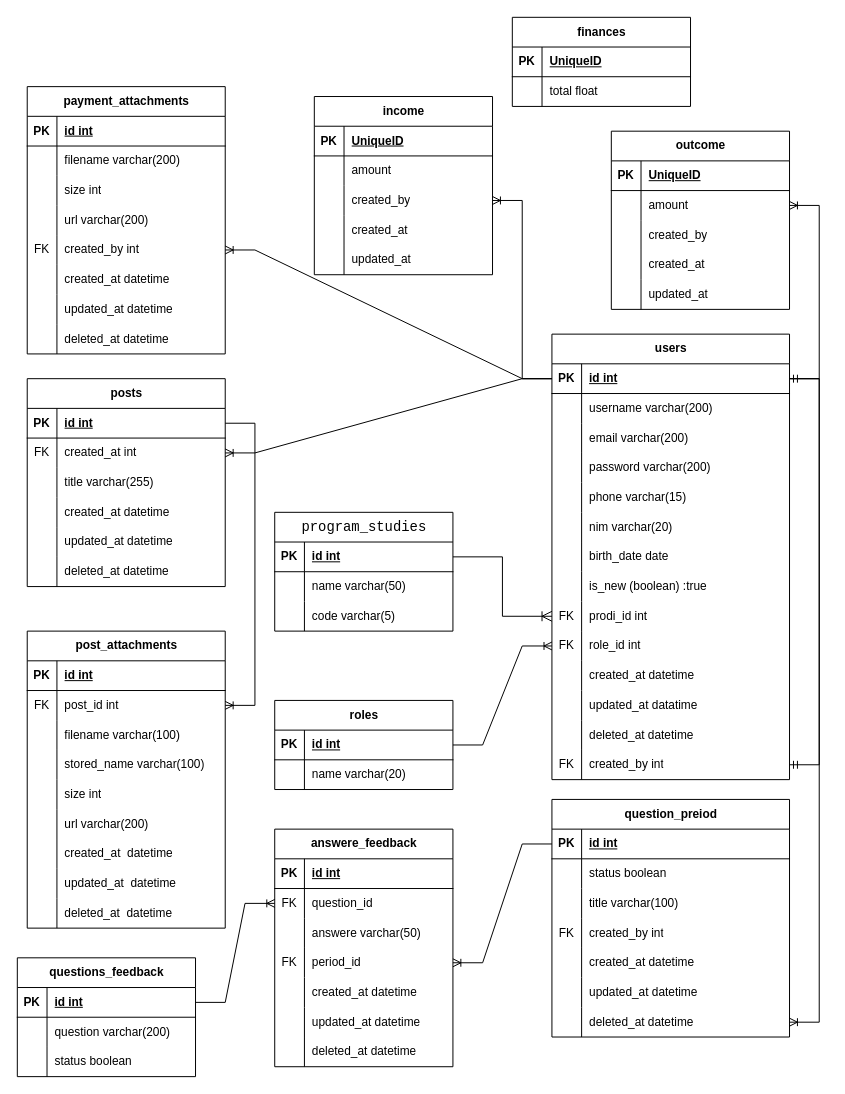
The draw.io diagram requirement/LCC-project-2 (1).drawio in MatsRahmat/LCC-management, before the edit. Source tidied: cells renumbered, new cells numbered last; positions are measured from the earlier drawing's top-left corner, leaving out a move shared by most shapes. Both pictures are drawn from the tidied source at 99%, with x=0, y=0 at pixel (17, 17).
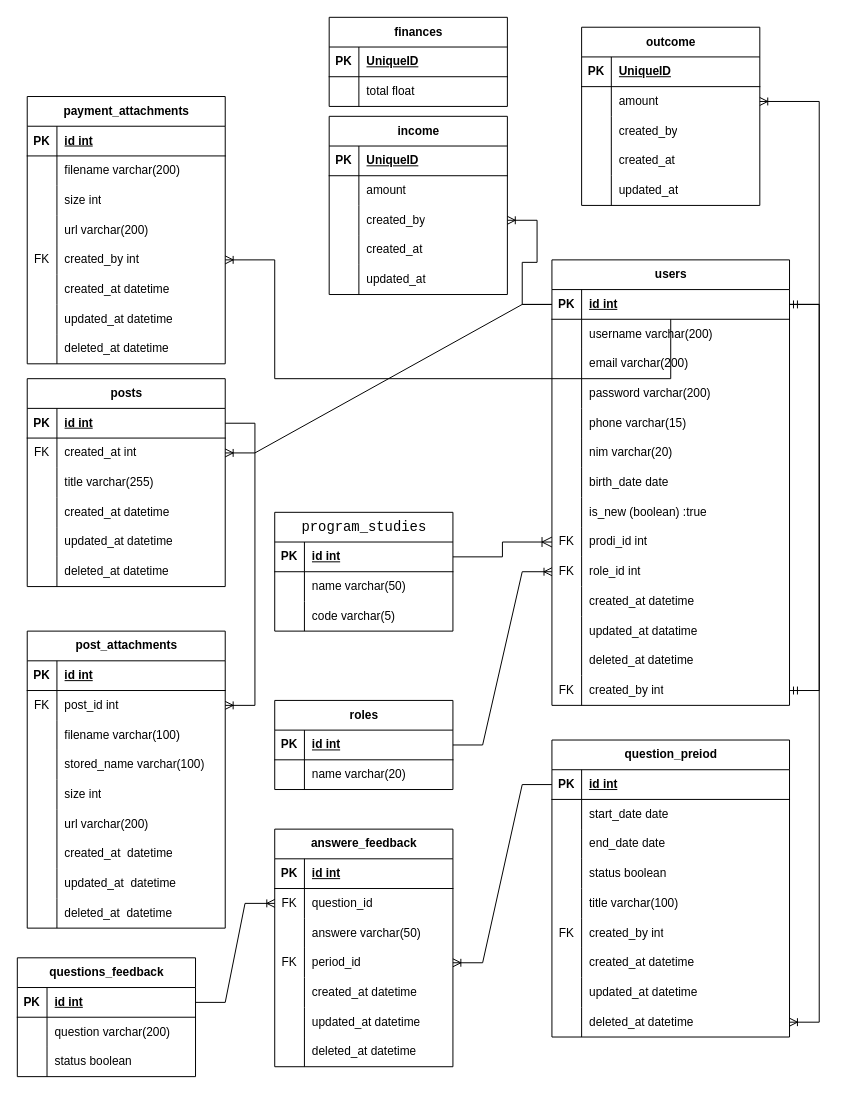
After the change.

Unchanged cells that the change refers to:
```xml
<mxCell id="121" style="shape=tableRow;horizontal=0;startSize=0;swimlaneHead=0;swimlaneBody=0;fillColor=none;points=[[0,0.5],[1,0.5]];portConstraint=eastwest;top=0;left=0;right=0;bottom=0;" parent="108" vertex="1">
  <mxGeometry y="150" width="200" height="30" as="geometry" />
</mxCell>
<mxCell id="167" style="shape=tableRow;horizontal=0;startSize=0;swimlaneHead=0;swimlaneBody=0;fillColor=none;points=[[0,0.5],[1,0.5]];portConstraint=eastwest;top=0;left=0;right=0;bottom=0;" parent="160" vertex="1">
  <mxGeometry y="90" width="180" height="30" as="geometry" />
</mxCell>
<mxCell id="195" style="shape=tableRow;horizontal=0;startSize=0;swimlaneHead=0;swimlaneBody=0;fillColor=none;points=[[0,0.5],[1,0.5]];portConstraint=eastwest;top=0;left=0;right=0;bottom=1;" parent="194" vertex="1">
  <mxGeometry y="30" width="240" height="30" as="geometry" />
</mxCell>
```

Change to the diagram source:
```diff
@@
     <mxCell id="34" value="question_preiod" style="shape=table;startSize=30;childLayout=tableLayout;rowLines=0;fontStyle=1;align=center;html=1;" parent="1" vertex="1">
-      <mxGeometry x="540" y="790" width="240" height="240" as="geometry" />
+      <mxGeometry x="540" y="730" width="240" height="300" as="geometry" />
     </mxCell>
@@
+    <mxCell id="238" style="shape=tableRow;horizontal=0;startSize=0;swimlaneHead=0;swimlaneBody=0;fillColor=none;top=0;left=0;right=0;bottom=0;" parent="34" vertex="1">
+      <mxGeometry y="60" width="240" height="30" as="geometry" />
+    </mxCell>
+    <mxCell id="239" style="shape=partialRectangle;fillColor=none;top=0;left=0;bottom=0;right=0;overflow=hidden;whiteSpace=wrap;html=1;" parent="238" vertex="1">
+      <mxGeometry width="30" height="30" as="geometry" />
+    </mxCell>
+    <mxCell id="240" value="start_date date" style="shape=partialRectangle;fillColor=none;top=0;left=0;bottom=0;right=0;align=left;spacingLeft=6;overflow=hidden;whiteSpace=wrap;html=1;" parent="238" vertex="1">
+      <mxGeometry x="30" width="210" height="30" as="geometry" />
+    </mxCell>
+    <mxCell id="241" style="shape=tableRow;horizontal=0;startSize=0;swimlaneHead=0;swimlaneBody=0;fillColor=none;top=0;left=0;right=0;bottom=0;" parent="34" vertex="1">
+      <mxGeometry y="90" width="240" height="30" as="geometry" />
+    </mxCell>
+    <mxCell id="242" style="shape=partialRectangle;fillColor=none;top=0;left=0;bottom=0;right=0;overflow=hidden;whiteSpace=wrap;html=1;" parent="241" vertex="1">
+      <mxGeometry width="30" height="30" as="geometry" />
+    </mxCell>
+    <mxCell id="243" value="end_date date" style="shape=partialRectangle;fillColor=none;top=0;left=0;bottom=0;right=0;align=left;spacingLeft=6;overflow=hidden;whiteSpace=wrap;html=1;" parent="241" vertex="1">
+      <mxGeometry x="30" width="210" height="30" as="geometry" />
+    </mxCell>
     <mxCell id="38" style="shape=tableRow;horizontal=0;startSize=0;swimlaneHead=0;swimlaneBody=0;fillColor=none;top=0;left=0;right=0;bottom=0;" parent="34" vertex="1">
-      <mxGeometry y="60" width="240" height="30" as="geometry" />
+      <mxGeometry y="120" width="240" height="30" as="geometry" />
     </mxCell>
@@
     <mxCell id="41" style="shape=tableRow;horizontal=0;startSize=0;swimlaneHead=0;swimlaneBody=0;fillColor=none;top=0;left=0;right=0;bottom=0;" parent="34" vertex="1">
-      <mxGeometry y="90" width="240" height="30" as="geometry" />
+      <mxGeometry y="150" width="240" height="30" as="geometry" />
     </mxCell>
@@
     <mxCell id="44" style="shape=tableRow;horizontal=0;startSize=0;swimlaneHead=0;swimlaneBody=0;fillColor=none;top=0;left=0;right=0;bottom=0;" parent="34" vertex="1">
-      <mxGeometry y="120" width="240" height="30" as="geometry" />
+      <mxGeometry y="180" width="240" height="30" as="geometry" />
     </mxCell>
@@
     <mxCell id="47" style="shape=tableRow;horizontal=0;startSize=0;swimlaneHead=0;swimlaneBody=0;fillColor=none;top=0;left=0;right=0;bottom=0;" parent="34" vertex="1">
-      <mxGeometry y="150" width="240" height="30" as="geometry" />
+      <mxGeometry y="210" width="240" height="30" as="geometry" />
     </mxCell>
@@
     <mxCell id="50" style="shape=tableRow;horizontal=0;startSize=0;swimlaneHead=0;swimlaneBody=0;fillColor=none;top=0;left=0;right=0;bottom=0;" parent="34" vertex="1">
-      <mxGeometry y="180" width="240" height="30" as="geometry" />
+      <mxGeometry y="240" width="240" height="30" as="geometry" />
     </mxCell>
@@
     <mxCell id="53" style="shape=tableRow;horizontal=0;startSize=0;swimlaneHead=0;swimlaneBody=0;fillColor=none;points=[[0,0.5],[1,0.5]];portConstraint=eastwest;top=0;left=0;right=0;bottom=0;" parent="34" vertex="1">
-      <mxGeometry y="210" width="240" height="30" as="geometry" />
+      <mxGeometry y="270" width="240" height="30" as="geometry" />
     </mxCell>
@@
     <mxCell id="108" value="payment_attachments" style="shape=table;startSize=30;childLayout=tableLayout;rowLines=0;fontStyle=1;align=center;html=1;" parent="1" vertex="1">
-      <mxGeometry x="10" y="70" width="200" height="270" as="geometry" />
+      <mxGeometry x="10" y="80" width="200" height="270" as="geometry" />
     </mxCell>
@@
-    <mxCell id="133" style="edgeStyle=entityRelationEdgeStyle;fontSize=12;html=1;endArrow=ERoneToMany;rounded=0;" parent="1" edge="1" source="195" target="121">
-      <mxGeometry relative="1" as="geometry" />
+    <mxCell id="133" style="edgeStyle=orthogonalEdgeStyle;fontSize=12;html=1;endArrow=ERoneToMany;rounded=0;" parent="1" edge="1" source="195" target="121">
+      <mxGeometry relative="1" as="geometry">
+        <Array as="points">
+          <mxPoint x="260" y="365" />
+          <mxPoint x="260" y="245" />
+        </Array>
+      </mxGeometry>
     </mxCell>
@@
     <mxCell id="153" value="finances" style="shape=table;startSize=30;childLayout=tableLayout;rowLines=0;fontStyle=1;align=center;html=1;" parent="1" vertex="1">
-      <mxGeometry x="500" width="180" height="90" as="geometry" />
+      <mxGeometry x="315" width="180" height="90" as="geometry" />
     </mxCell>
@@
     <mxCell id="160" value="income" style="shape=table;startSize=30;childLayout=tableLayout;rowLines=0;fontStyle=1;align=center;html=1;" parent="1" vertex="1">
-      <mxGeometry x="300" y="80" width="180" height="180" as="geometry" />
+      <mxGeometry x="315" y="100" width="180" height="180" as="geometry" />
     </mxCell>
@@
     <mxCell id="176" value="outcome" style="shape=table;startSize=30;childLayout=tableLayout;rowLines=0;fontStyle=1;align=center;html=1;" parent="1" vertex="1">
-      <mxGeometry x="600" y="115" width="180" height="180" as="geometry" />
+      <mxGeometry x="570" y="10" width="180" height="180" as="geometry" />
     </mxCell>
@@
     <mxCell id="192" style="edgeStyle=entityRelationEdgeStyle;fontSize=12;html=1;endArrow=ERoneToMany;rounded=0;exitX=0;exitY=0.5;exitDx=0;exitDy=0;" parent="1" edge="1" source="195" target="167">
-      <mxGeometry relative="1" as="geometry" />
+      <mxGeometry relative="1" as="geometry">
+        <Array as="points">
+          <mxPoint x="520" y="240" />
+          <mxPoint x="510" y="240" />
+        </Array>
+      </mxGeometry>
     </mxCell>
@@
     <mxCell id="194" value="users" style="shape=table;startSize=30;childLayout=tableLayout;rowLines=0;fontStyle=1;align=center;html=1;" parent="1" vertex="1">
-      <mxGeometry x="540" y="320" width="240" height="450" as="geometry" />
+      <mxGeometry x="540" y="245" width="240" height="450" as="geometry" />
     </mxCell>
```
